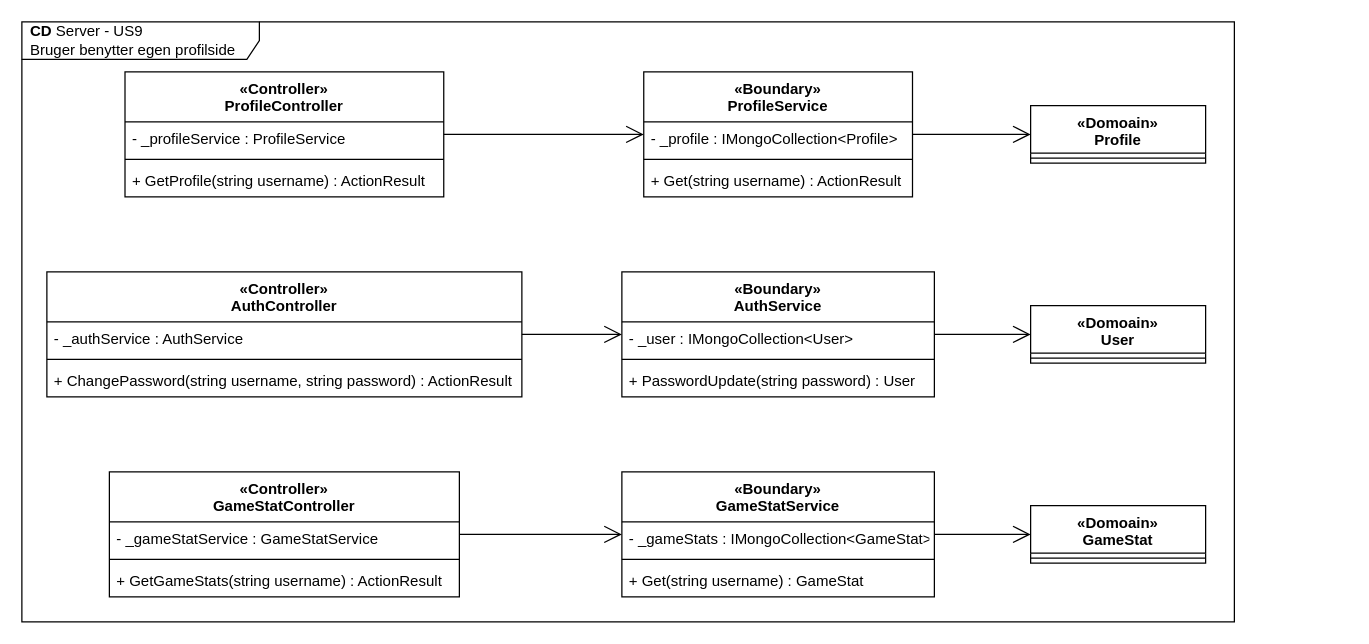
Before: page "CD-Server" (3 of 3) of diagrams/arkitektur/US9_profile.drawio in Macradon/I7BAC-PlugNPlay, a draw.io diagram. Source tidied: cells renumbered, new cells numbered last; positions are measured from the earlier drawing's top-left corner, leaving out a move shared by most shapes. Both pictures are drawn from the tidied source at 125%, with x=0, y=0 at pixel (21, 21).
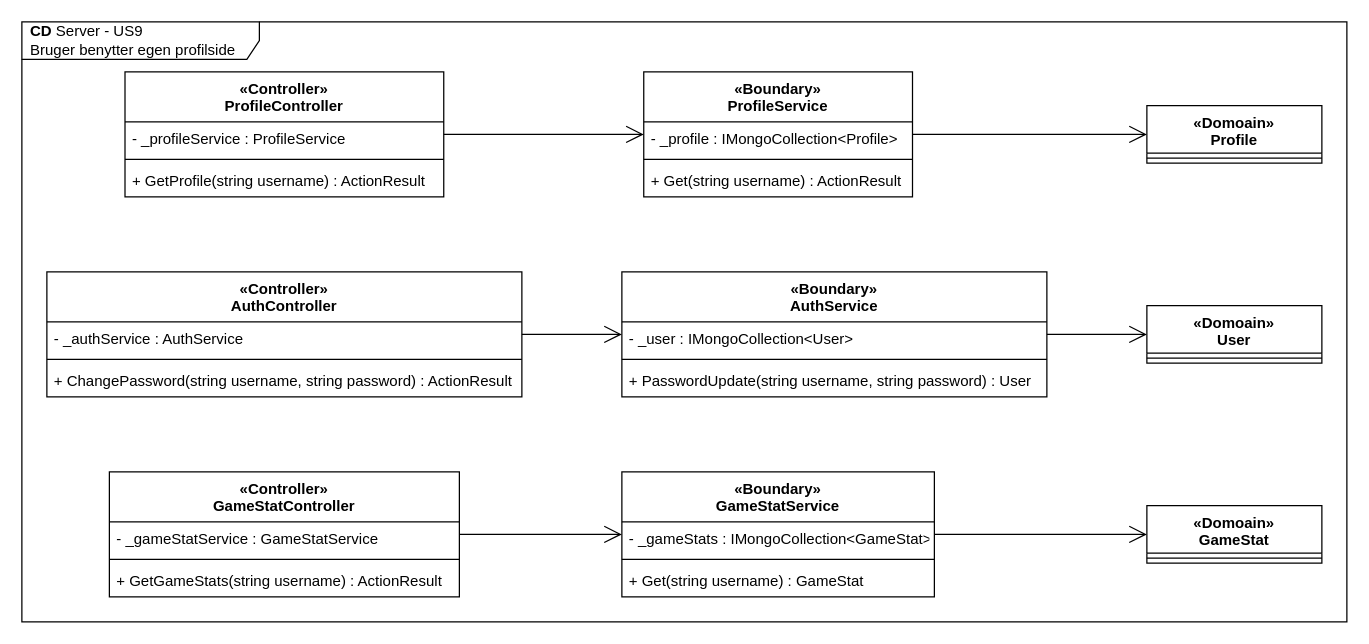
The same diagram, later.

Commit message (it also covers changes not shown here):
Updated class diagrams to user actual parameters in methods

What changed in the source:
```diff
@@
     <mxCell id="2" value="&lt;b&gt;CD&lt;/b&gt;&amp;nbsp;Server - US9&lt;br&gt;Bruger benytter egen profilside" style="shape=umlFrame;whiteSpace=wrap;html=1;width=190;height=30;boundedLbl=1;verticalAlign=middle;align=left;spacingLeft=5;" parent="1" vertex="1">
-      <mxGeometry width="970" height="480" as="geometry" />
+      <mxGeometry width="1060" height="480" as="geometry" />
     </mxCell>
@@
     <mxCell id="13" value="«Domoain»&#10;Profile" style="swimlane;fontStyle=1;align=center;verticalAlign=top;horizontal=1;startSize=38;" parent="1" vertex="1">
-      <mxGeometry x="807" y="67" width="140" height="46" as="geometry" />
+      <mxGeometry x="900" y="67" width="140" height="46" as="geometry" />
     </mxCell>
@@
     <mxCell id="21" value="«Boundary»&#10;AuthService" style="swimlane;fontStyle=1;align=center;verticalAlign=top;horizontal=1;startSize=40;" parent="1" vertex="1">
-      <mxGeometry x="480" y="200" width="250" height="100" as="geometry" />
+      <mxGeometry x="480" y="200" width="340" height="100" as="geometry" />
     </mxCell>
     <mxCell id="22" value="- _user : IMongoCollection&lt;User&gt; " style="text;strokeColor=none;fillColor=none;align=left;verticalAlign=top;spacingLeft=4;spacingRight=4;overflow=hidden;" parent="21" vertex="1">
-      <mxGeometry y="40" width="250" height="26" as="geometry" />
+      <mxGeometry y="40" width="340" height="26" as="geometry" />
     </mxCell>
     <mxCell id="23" style="line;strokeWidth=1;fillColor=none;align=left;verticalAlign=middle;spacingTop=-1;spacingLeft=3;spacingRight=3;labelPosition=right;" parent="21" vertex="1">
-      <mxGeometry y="66" width="250" height="8" as="geometry" />
+      <mxGeometry y="66" width="340" height="8" as="geometry" />
     </mxCell>
-    <mxCell id="24" value="+ PasswordUpdate(string password) : User" style="text;strokeColor=none;fillColor=none;align=left;verticalAlign=top;spacingLeft=4;spacingRight=4;overflow=hidden;" parent="21" vertex="1">
-      <mxGeometry y="74" width="250" height="26" as="geometry" />
+    <mxCell id="24" value="+ PasswordUpdate(string username, string password) : User" style="text;strokeColor=none;fillColor=none;align=left;verticalAlign=top;spacingLeft=4;spacingRight=4;overflow=hidden;" parent="21" vertex="1">
+      <mxGeometry y="74" width="340" height="26" as="geometry" />
     </mxCell>
     <mxCell id="25" value="«Domoain»&#10;User" style="swimlane;fontStyle=1;align=center;verticalAlign=top;horizontal=1;startSize=38;" parent="1" vertex="1">
-      <mxGeometry x="807" y="227" width="140" height="46" as="geometry" />
+      <mxGeometry x="900" y="227" width="140" height="46" as="geometry" />
     </mxCell>
@@
     <mxCell id="37" value="«Domoain»&#10;GameStat" style="swimlane;fontStyle=1;align=center;verticalAlign=top;horizontal=1;startSize=38;" parent="1" vertex="1">
-      <mxGeometry x="807" y="387" width="140" height="46" as="geometry" />
+      <mxGeometry x="900" y="387" width="140" height="46" as="geometry" />
     </mxCell>
```
